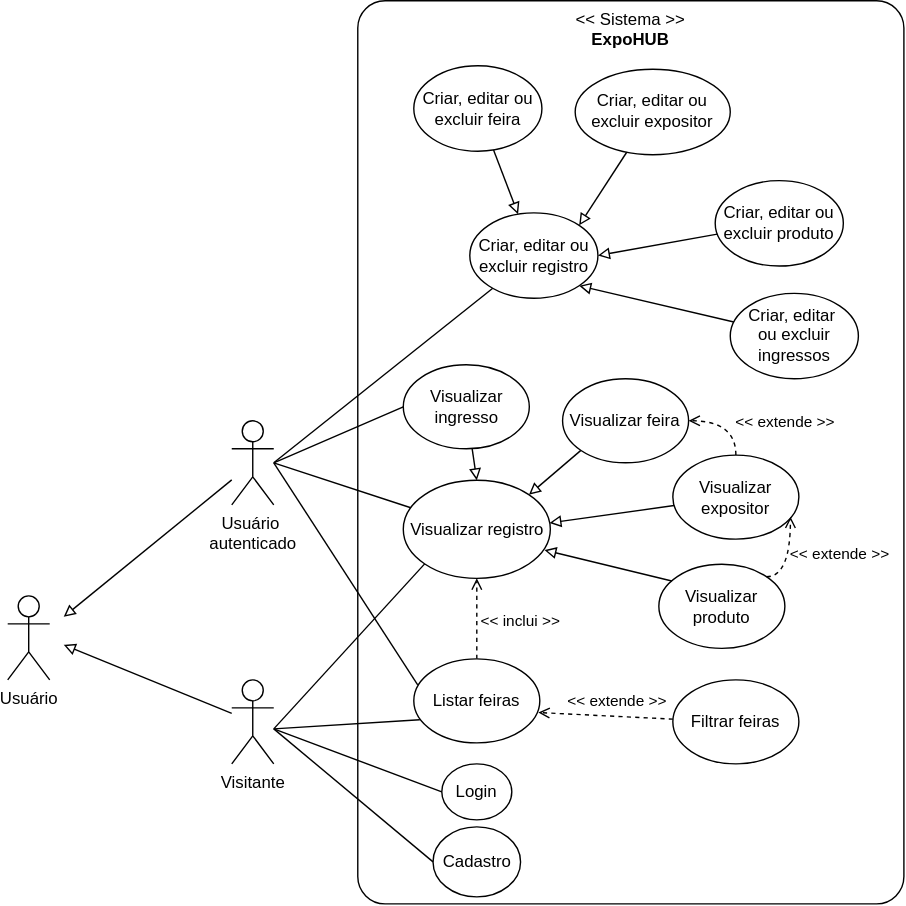
Above: docs/images/use_case_diagram.drawio.svg in gscolombo/YandeHUB (draw.io), before the change. Source tidied: cells renumbered, new cells last; positions are measured from the earlier drawing's top-left corner, leaving out a move shared by most shapes.
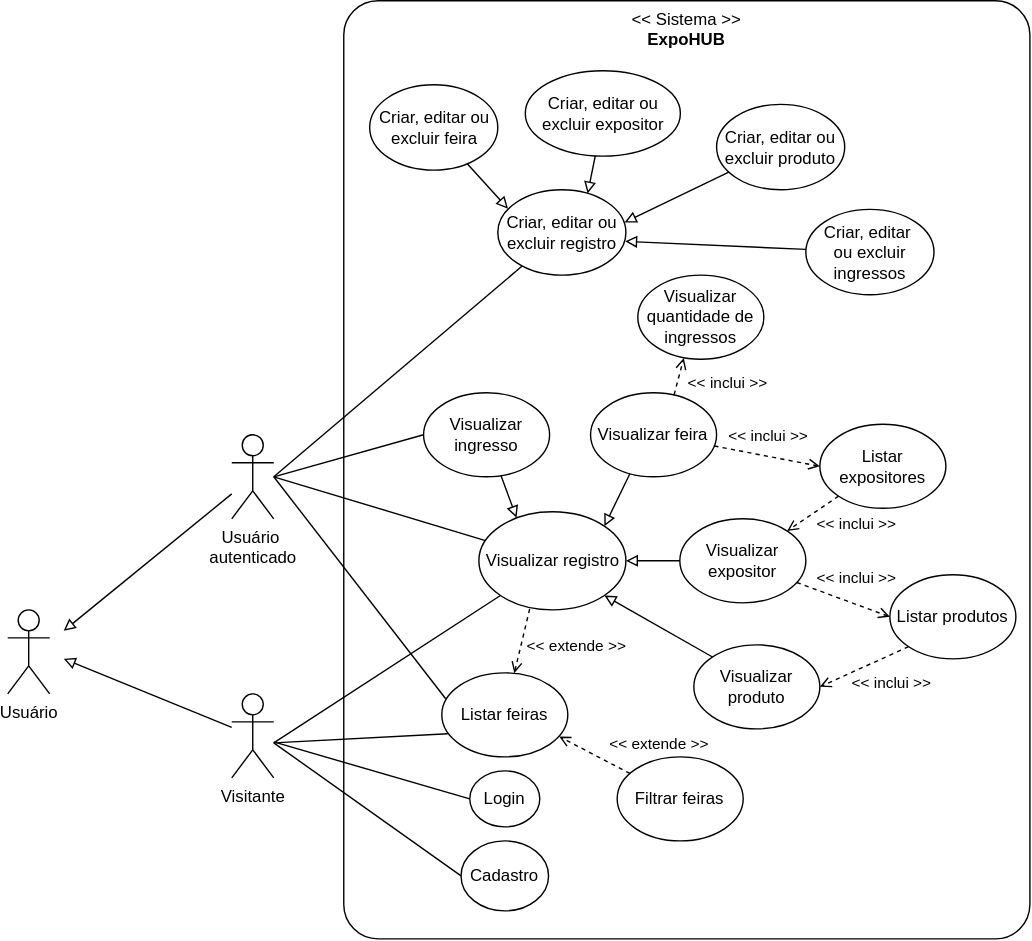
Later version of the same file.

Diff of the diagram source:
```diff
@@ -3,72 +3,70 @@
     <mxCell id="0" />
     <mxCell id="1" parent="0" />
     <mxCell id="2" value="&lt;div&gt;&amp;lt;&amp;lt; Sistema &amp;gt;&amp;gt;&lt;/div&gt;&lt;div&gt;&lt;b&gt;ExpoHUB&lt;/b&gt;&lt;/div&gt;" style="rounded=1;whiteSpace=wrap;html=1;labelPosition=center;verticalLabelPosition=middle;align=center;verticalAlign=top;arcSize=5;" parent="1" vertex="1">
-      <mxGeometry x="250" width="390" height="645" as="geometry" />
+      <mxGeometry x="220" y="-10" width="490" height="670" as="geometry" />
     </mxCell>
     <mxCell id="3" value="Login" style="ellipse;whiteSpace=wrap;html=1;" parent="1" vertex="1">
-      <mxGeometry x="310" y="545" width="50" height="40" as="geometry" />
+      <mxGeometry x="310" y="540" width="50" height="40" as="geometry" />
     </mxCell>
     <mxCell id="4" value="Cadastro" style="ellipse;whiteSpace=wrap;html=1;" parent="1" vertex="1">
       <mxGeometry x="303.8" y="590" width="62.5" height="50" as="geometry" />
     </mxCell>
     <mxCell id="5" value="Usuário" style="shape=umlActor;verticalLabelPosition=bottom;verticalAlign=top;html=1;" parent="1" vertex="1">
-      <mxGeometry y="425" width="30" height="60" as="geometry" />
+      <mxGeometry x="-20" y="425" width="30" height="60" as="geometry" />
     </mxCell>
-    <mxCell id="6" style="rounded=0;jettySize=auto;html=1;entryX=0;entryY=0.5;entryDx=0;entryDy=0;endArrow=none;startFill=0;" parent="1" edge="1" target="3">
-      <mxGeometry relative="1" as="geometry">
-        <mxPoint x="190" y="520" as="sourcePoint" />
-      </mxGeometry>
+    <mxCell id="6" style="rounded=0;jettySize=auto;html=1;entryX=0;entryY=0.5;entryDx=0;entryDy=0;endArrow=none;startFill=0;" parent="1" edge="1" source="10" target="3">
+      <mxGeometry relative="1" as="geometry" />
     </mxCell>
     <mxCell id="7" style="rounded=0;jettySize=auto;html=1;entryX=0;entryY=0.5;entryDx=0;entryDy=0;endArrow=none;startFill=0;" parent="1" edge="1" target="4">
       <mxGeometry relative="1" as="geometry">
-        <mxPoint x="190" y="520" as="sourcePoint" />
+        <mxPoint x="170" y="520" as="sourcePoint" />
       </mxGeometry>
     </mxCell>
-    <mxCell id="8" style="rounded=0;jettySize=auto;html=1;entryX=0;entryY=1;entryDx=0;entryDy=0;endArrow=none;startFill=0;" parent="1" edge="1" target="16">
-      <mxGeometry relative="1" as="geometry">
-        <mxPoint x="190" y="520" as="sourcePoint" />
-      </mxGeometry>
-    </mxCell>
     <mxCell id="9" style="rounded=0;jettySize=auto;html=1;endArrow=block;endFill=0;" parent="1" edge="1" source="10">
       <mxGeometry relative="1" as="geometry">
-        <mxPoint x="40" y="460" as="targetPoint" />
+        <mxPoint x="20" y="460" as="targetPoint" />
       </mxGeometry>
     </mxCell>
     <mxCell id="10" value="Visitante" style="shape=umlActor;verticalLabelPosition=bottom;verticalAlign=top;html=1;outlineConnect=0;" parent="1" vertex="1">
-      <mxGeometry x="160" y="485" width="30" height="60" as="geometry" />
+      <mxGeometry x="140" y="485" width="30" height="60" as="geometry" />
     </mxCell>
     <mxCell id="11" style="rounded=0;jettySize=auto;html=1;endArrow=block;endFill=0;" parent="1" edge="1" source="15">
       <mxGeometry relative="1" as="geometry">
-        <mxPoint x="40" y="440" as="targetPoint" />
+        <mxPoint x="20" y="440" as="targetPoint" />
       </mxGeometry>
     </mxCell>
     <mxCell id="12" style="rounded=0;jettySize=auto;html=1;endArrow=none;startFill=0;" parent="1" edge="1" target="21">
       <mxGeometry relative="1" as="geometry">
-        <mxPoint x="190" y="330" as="sourcePoint" />
+        <mxPoint x="170" y="330" as="sourcePoint" />
       </mxGeometry>
     </mxCell>
     <mxCell id="13" style="rounded=0;jettySize=auto;html=1;endArrow=none;startFill=0;" parent="1" edge="1" target="16">
       <mxGeometry relative="1" as="geometry">
-        <mxPoint x="190" y="330" as="sourcePoint" />
+        <mxPoint x="170" y="330" as="sourcePoint" />
       </mxGeometry>
     </mxCell>
-    <mxCell id="14" style="rounded=0;jettySize=auto;html=1;entryX=0;entryY=0.5;entryDx=0;entryDy=0;endArrow=none;startFill=0;" parent="1" edge="1" target="45">
-      <mxGeometry relative="1" as="geometry">
-        <mxPoint x="190" y="330" as="sourcePoint" />
-      </mxGeometry>
-    </mxCell>
+    <mxCell id="46" style="rounded=0;jettySize=auto;html=1;entryX=0;entryY=0.5;entryDx=0;entryDy=0;endArrow=none;startFill=0;" parent="1" edge="1" target="50">
+      <mxGeometry relative="1" as="geometry">
+        <mxPoint x="170" y="330" as="sourcePoint" />
+      </mxGeometry>
+    </mxCell>
     <mxCell id="15" value="&lt;div&gt;Usuário&amp;nbsp;&lt;/div&gt;&lt;div&gt;autenticado&lt;/div&gt;" style="shape=umlActor;verticalLabelPosition=bottom;verticalAlign=top;html=1;outlineConnect=0;" parent="1" vertex="1">
-      <mxGeometry x="160" y="300" width="30" height="60" as="geometry" />
+      <mxGeometry x="140" y="300" width="30" height="60" as="geometry" />
     </mxCell>
+    <mxCell id="47" style="rounded=0;jettySize=auto;html=1;exitX=0;exitY=1;exitDx=0;exitDy=0;endArrow=none;startFill=0;" parent="1" edge="1" source="16">
+      <mxGeometry relative="1" as="geometry">
+        <mxPoint x="170" y="520" as="targetPoint" />
+      </mxGeometry>
+    </mxCell>
     <mxCell id="16" value="Visualizar registro" style="ellipse;whiteSpace=wrap;html=1;" parent="1" vertex="1">
-      <mxGeometry x="282.5" y="342.5" width="105" height="70" as="geometry" />
+      <mxGeometry x="316.5" y="355" width="105" height="70" as="geometry" />
     </mxCell>
-    <mxCell id="17" style="edgeStyle=orthogonalEdgeStyle;rounded=0;jettySize=auto;html=1;entryX=0.5;entryY=1;entryDx=0;entryDy=0;dashed=1;endArrow=open;endFill=0;" parent="1" edge="1" source="19" target="16">
+    <mxCell id="17" style="rounded=0;jettySize=auto;html=1;entryX=0.347;entryY=0.982;entryDx=0;entryDy=0;dashed=1;endArrow=none;endFill=0;entryPerimeter=0;startFill=0;startArrow=open;" parent="1" edge="1" source="19" target="16">
       <mxGeometry relative="1" as="geometry" />
     </mxCell>
-    <mxCell id="18" value="&amp;lt;&amp;lt; inclui &amp;gt;&amp;gt;" style="edgeLabel;html=1;align=center;verticalAlign=middle;" parent="17" vertex="1">
+    <mxCell id="18" value="&amp;lt;&amp;lt; extende &amp;gt;&amp;gt;" style="edgeLabel;html=1;align=center;verticalAlign=middle;" parent="17" vertex="1">
       <mxGeometry x="-0.18" y="1" relative="1" as="geometry">
-        <mxPoint x="32" y="-4" as="offset" />
+        <mxPoint x="40" y="-1" as="offset" />
       </mxGeometry>
     </mxCell>
     <mxCell id="19" value="Listar feiras" style="ellipse;whiteSpace=wrap;html=1;" parent="1" vertex="1">
@@ -76,95 +74,124 @@
     </mxCell>
     <mxCell id="20" style="rounded=0;jettySize=auto;html=1;entryX=0.048;entryY=0.725;entryDx=0;entryDy=0;entryPerimeter=0;endArrow=none;startFill=0;" parent="1" edge="1" target="19">
       <mxGeometry relative="1" as="geometry">
-        <mxPoint x="190" y="520" as="sourcePoint" />
+        <mxPoint x="170" y="520" as="sourcePoint" />
       </mxGeometry>
     </mxCell>
     <mxCell id="21" value="Criar, editar ou excluir registro" style="ellipse;whiteSpace=wrap;html=1;" parent="1" vertex="1">
-      <mxGeometry x="330" y="151.5" width="91.5" height="61" as="geometry" />
+      <mxGeometry x="330" y="125" width="91.5" height="61" as="geometry" />
     </mxCell>
     <mxCell id="22" value="Criar, editar ou excluir feira" style="ellipse;whiteSpace=wrap;html=1;" parent="1" vertex="1">
-      <mxGeometry x="290" y="46.5" width="91.5" height="61" as="geometry" />
+      <mxGeometry x="238.5" y="50" width="91.5" height="61" as="geometry" />
     </mxCell>
     <mxCell id="23" value="&lt;div&gt;Criar, editar ou excluir expositor&lt;/div&gt;" style="ellipse;whiteSpace=wrap;html=1;" parent="1" vertex="1">
-      <mxGeometry x="405.2" y="49" width="110.8" height="61" as="geometry" />
+      <mxGeometry x="349.6" y="40" width="110.8" height="61" as="geometry" />
     </mxCell>
     <mxCell id="24" value="Criar, editar ou excluir produto" style="ellipse;whiteSpace=wrap;html=1;" parent="1" vertex="1">
-      <mxGeometry x="505.2" y="128.5" width="91.5" height="61" as="geometry" />
+      <mxGeometry x="486.2" y="64" width="91.5" height="61" as="geometry" />
     </mxCell>
-    <mxCell id="25" style="rounded=0;jettySize=auto;html=1;entryX=1;entryY=1;entryDx=0;entryDy=0;endArrow=block;endFill=0;" parent="1" edge="1" source="26" target="21">
+    <mxCell id="25" style="rounded=0;jettySize=auto;html=1;entryX=0.994;entryY=0.604;entryDx=0;entryDy=0;endArrow=block;endFill=0;entryPerimeter=0;" parent="1" edge="1" source="26" target="21">
       <mxGeometry relative="1" as="geometry" />
     </mxCell>
     <mxCell id="26" value="&lt;div&gt;Criar, editar&amp;nbsp;&lt;/div&gt;&lt;div&gt;ou excluir ingressos&lt;/div&gt;" style="ellipse;whiteSpace=wrap;html=1;" parent="1" vertex="1">
-      <mxGeometry x="516" y="209" width="91.5" height="61" as="geometry" />
+      <mxGeometry x="550" y="139" width="91.5" height="61" as="geometry" />
     </mxCell>
-    <mxCell id="27" style="rounded=0;jettySize=auto;html=1;endArrow=block;endFill=0;" parent="1" edge="1" source="22" target="21">
+    <mxCell id="27" style="rounded=0;jettySize=auto;html=1;endArrow=block;endFill=0;entryX=0.08;entryY=0.222;entryDx=0;entryDy=0;entryPerimeter=0;" parent="1" edge="1" source="22" target="21">
       <mxGeometry relative="1" as="geometry" />
     </mxCell>
-    <mxCell id="28" style="rounded=0;jettySize=auto;html=1;entryX=1;entryY=0;entryDx=0;entryDy=0;endArrow=block;endFill=0;" parent="1" edge="1" source="23" target="21">
+    <mxCell id="28" style="rounded=0;jettySize=auto;html=1;entryX=0.701;entryY=0.044;entryDx=0;entryDy=0;endArrow=block;endFill=0;entryPerimeter=0;" parent="1" edge="1" source="23" target="21">
       <mxGeometry relative="1" as="geometry" />
     </mxCell>
-    <mxCell id="29" style="rounded=0;jettySize=auto;html=1;entryX=1;entryY=0.5;entryDx=0;entryDy=0;endArrow=block;endFill=0;" parent="1" edge="1" source="24" target="21">
+    <mxCell id="29" style="rounded=0;jettySize=auto;html=1;entryX=0.99;entryY=0.382;entryDx=0;entryDy=0;endArrow=block;endFill=0;entryPerimeter=0;" parent="1" edge="1" source="24" target="21">
       <mxGeometry relative="1" as="geometry" />
     </mxCell>
     <mxCell id="30" style="rounded=0;jettySize=auto;html=1;entryX=0.031;entryY=0.309;entryDx=0;entryDy=0;entryPerimeter=0;endArrow=none;startFill=0;" parent="1" edge="1" target="19">
       <mxGeometry relative="1" as="geometry">
-        <mxPoint x="190" y="330" as="sourcePoint" />
+        <mxPoint x="170" y="330" as="sourcePoint" />
       </mxGeometry>
     </mxCell>
-    <mxCell id="31" style="rounded=0;jettySize=auto;html=1;entryX=1;entryY=0;entryDx=0;entryDy=0;exitX=0;exitY=1;exitDx=0;exitDy=0;endArrow=block;endFill=0;" parent="1" edge="1" source="32" target="16">
+    <mxCell id="31" style="rounded=0;jettySize=auto;html=1;entryX=1;entryY=0;entryDx=0;entryDy=0;exitX=0.314;exitY=0.958;exitDx=0;exitDy=0;endArrow=block;endFill=0;exitPerimeter=0;" parent="1" edge="1" source="32" target="16">
       <mxGeometry relative="1" as="geometry" />
     </mxCell>
+    <mxCell id="48" style="rounded=0;jettySize=auto;html=1;entryX=0;entryY=0.5;entryDx=0;entryDy=0;dashed=1;endArrow=open;endFill=0;" parent="1" edge="1" source="32" target="36">
+      <mxGeometry relative="1" as="geometry" />
+    </mxCell>
+    <mxCell id="49" value="&amp;lt;&amp;lt; inclui &amp;gt;&amp;gt;" style="edgeLabel;html=1;align=center;verticalAlign=middle;" parent="48" vertex="1">
+      <mxGeometry x="-0.02" y="1" relative="1" as="geometry">
+        <mxPoint y="-14" as="offset" />
+      </mxGeometry>
+    </mxCell>
     <mxCell id="32" value="Visualizar feira" style="ellipse;whiteSpace=wrap;html=1;" parent="1" vertex="1">
       <mxGeometry x="396.2" y="270" width="90" height="60" as="geometry" />
     </mxCell>
-    <mxCell id="33" value="Visualizar produto" style="ellipse;whiteSpace=wrap;html=1;" parent="1" vertex="1">
-      <mxGeometry x="465" y="402.5" width="90" height="60" as="geometry" />
+    <mxCell id="33" value="Visualizar expositor" style="ellipse;whiteSpace=wrap;html=1;" parent="1" vertex="1">
+      <mxGeometry x="460" y="360" width="90" height="60" as="geometry" />
     </mxCell>
-    <mxCell id="34" style="edgeStyle=orthogonalEdgeStyle;rounded=0;jettySize=auto;html=1;entryX=1;entryY=0.5;entryDx=0;entryDy=0;curved=1;dashed=1;endArrow=open;endFill=0;" parent="1" edge="1" source="36" target="32">
-      <mxGeometry relative="1" as="geometry" />
-    </mxCell>
-    <mxCell id="35" value="&amp;lt;&amp;lt; extende &amp;gt;&amp;gt;" style="edgeLabel;html=1;align=center;verticalAlign=middle;" parent="34" vertex="1">
-      <mxGeometry x="-0.41" y="4" relative="1" as="geometry">
-        <mxPoint x="39" y="-7" as="offset" />
-      </mxGeometry>
-    </mxCell>
-    <mxCell id="36" value="Visualizar expositor" style="ellipse;whiteSpace=wrap;html=1;" parent="1" vertex="1">
-      <mxGeometry x="475" y="324.5" width="90" height="60" as="geometry" />
+    <mxCell id="36" value="Listar expositores" style="ellipse;whiteSpace=wrap;html=1;" parent="1" vertex="1">
+      <mxGeometry x="560" y="292.5" width="90" height="60" as="geometry" />
     </mxCell>
-    <mxCell id="37" style="rounded=0;jettySize=auto;html=1;entryX=0.994;entryY=0.435;entryDx=0;entryDy=0;entryPerimeter=0;endArrow=block;endFill=0;" parent="1" edge="1" source="36" target="16">
-      <mxGeometry relative="1" as="geometry" />
-    </mxCell>
-    <mxCell id="38" style="rounded=0;jettySize=auto;html=1;entryX=0.96;entryY=0.712;entryDx=0;entryDy=0;entryPerimeter=0;exitX=0.103;exitY=0.198;exitDx=0;exitDy=0;exitPerimeter=0;endArrow=block;endFill=0;" parent="1" edge="1" source="33" target="16">
+    <mxCell id="38" style="rounded=0;jettySize=auto;html=1;entryX=1;entryY=0.5;entryDx=0;entryDy=0;exitX=0;exitY=0.5;exitDx=0;exitDy=0;endArrow=block;endFill=0;" parent="1" edge="1" source="33" target="16">
       <mxGeometry relative="1" as="geometry" />
     </mxCell>
-    <mxCell id="39" style="edgeStyle=orthogonalEdgeStyle;rounded=0;jettySize=auto;html=1;exitX=1;exitY=0;exitDx=0;exitDy=0;entryX=0.933;entryY=0.733;entryDx=0;entryDy=0;entryPerimeter=0;curved=1;dashed=1;endArrow=open;endFill=0;" parent="1" edge="1" source="33" target="36">
-      <mxGeometry relative="1" as="geometry">
-        <Array as="points">
-          <mxPoint x="559" y="411" />
-        </Array>
-      </mxGeometry>
-    </mxCell>
-    <mxCell id="40" value="&amp;lt;&amp;lt; extende &amp;gt;&amp;gt;" style="edgeLabel;html=1;align=center;verticalAlign=middle;" parent="39" vertex="1">
-      <mxGeometry x="0.05" y="2" relative="1" as="geometry">
-        <mxPoint x="37" y="-2" as="offset" />
-      </mxGeometry>
-    </mxCell>
     <mxCell id="41" value="Filtrar feiras" style="ellipse;whiteSpace=wrap;html=1;" parent="1" vertex="1">
-      <mxGeometry x="475" y="485" width="90" height="60" as="geometry" />
+      <mxGeometry x="415.2" y="530" width="90" height="60" as="geometry" />
     </mxCell>
-    <mxCell id="42" style="rounded=0;jettySize=auto;html=1;entryX=0.988;entryY=0.639;entryDx=0;entryDy=0;entryPerimeter=0;endArrow=open;endFill=0;dashed=1;" parent="1" edge="1" source="41" target="19">
+    <mxCell id="42" style="rounded=0;jettySize=auto;html=1;entryX=0.932;entryY=0.759;entryDx=0;entryDy=0;entryPerimeter=0;endArrow=open;endFill=0;dashed=1;" parent="1" edge="1" source="41" target="19">
       <mxGeometry relative="1" as="geometry" />
     </mxCell>
     <mxCell id="43" value="&amp;lt;&amp;lt; extende &amp;gt;&amp;gt;" style="edgeLabel;html=1;align=center;verticalAlign=middle;" parent="42" vertex="1">
       <mxGeometry x="-0.14" y="-1" relative="1" as="geometry">
-        <mxPoint x="1" y="-10" as="offset" />
+        <mxPoint x="41" y="-9" as="offset" />
       </mxGeometry>
     </mxCell>
-    <mxCell id="44" style="rounded=0;jettySize=auto;html=1;entryX=0.5;entryY=0;entryDx=0;entryDy=0;endArrow=block;endFill=0;" parent="1" edge="1" source="45" target="16">
-      <mxGeometry relative="1" as="geometry" />
-    </mxCell>
-    <mxCell id="45" value="Visualizar ingresso" style="ellipse;whiteSpace=wrap;html=1;" parent="1" vertex="1">
-      <mxGeometry x="282.5" y="260" width="90" height="60" as="geometry" />
+    <mxCell id="45" value="Visualizar quantidade de ingressos" style="ellipse;whiteSpace=wrap;html=1;" parent="1" vertex="1">
+      <mxGeometry x="430" y="186" width="90" height="60" as="geometry" />
     </mxCell>
+    <mxCell id="50" value="Visualizar ingresso" style="ellipse;whiteSpace=wrap;html=1;" parent="1" vertex="1">
+      <mxGeometry x="277" y="270" width="90" height="60" as="geometry" />
+    </mxCell>
+    <mxCell id="51" style="rounded=0;jettySize=auto;html=1;entryX=0.256;entryY=0.061;entryDx=0;entryDy=0;entryPerimeter=0;endArrow=block;endFill=0;" parent="1" edge="1" source="50" target="16">
+      <mxGeometry relative="1" as="geometry" />
+    </mxCell>
+    <mxCell id="52" style="rounded=0;jettySize=auto;html=1;exitX=0;exitY=1;exitDx=0;exitDy=0;entryX=1;entryY=0.5;entryDx=0;entryDy=0;dashed=1;endArrow=open;endFill=0;" parent="1" edge="1" source="54" target="58">
+      <mxGeometry relative="1" as="geometry" />
+    </mxCell>
+    <mxCell id="53" value="&amp;lt;&amp;lt; inclui &amp;gt;&amp;gt;" style="edgeLabel;html=1;align=center;verticalAlign=middle;" parent="52" vertex="1">
+      <mxGeometry x="0.03" relative="1" as="geometry">
+        <mxPoint x="20" y="11" as="offset" />
+      </mxGeometry>
+    </mxCell>
+    <mxCell id="54" value="Listar produtos" style="ellipse;whiteSpace=wrap;html=1;" parent="1" vertex="1">
+      <mxGeometry x="610" y="400" width="90" height="60" as="geometry" />
+    </mxCell>
+    <mxCell id="55" style="rounded=0;jettySize=auto;html=1;exitX=0;exitY=1;exitDx=0;exitDy=0;entryX=1;entryY=0;entryDx=0;entryDy=0;dashed=1;endArrow=open;endFill=0;" parent="1" edge="1" source="36" target="33">
+      <mxGeometry relative="1" as="geometry" />
+    </mxCell>
+    <mxCell id="56" value="&amp;lt;&amp;lt; inclui &amp;gt;&amp;gt;" style="edgeLabel;html=1;align=center;verticalAlign=middle;" parent="55" vertex="1">
+      <mxGeometry x="-0.16" relative="1" as="geometry">
+        <mxPoint x="27" y="10" as="offset" />
+      </mxGeometry>
+    </mxCell>
+    <mxCell id="57" style="rounded=0;jettySize=auto;html=1;exitX=0;exitY=0;exitDx=0;exitDy=0;entryX=1;entryY=1;entryDx=0;entryDy=0;endArrow=block;endFill=0;" parent="1" edge="1" source="58" target="16">
+      <mxGeometry relative="1" as="geometry" />
+    </mxCell>
+    <mxCell id="58" value="Visualizar produto" style="ellipse;whiteSpace=wrap;html=1;" parent="1" vertex="1">
+      <mxGeometry x="470" y="450" width="90" height="60" as="geometry" />
+    </mxCell>
+    <mxCell id="59" style="rounded=0;jettySize=auto;html=1;exitX=0.928;exitY=0.758;exitDx=0;exitDy=0;entryX=0;entryY=0.5;entryDx=0;entryDy=0;exitPerimeter=0;dashed=1;endArrow=open;endFill=0;" parent="1" edge="1" source="33" target="54">
+      <mxGeometry relative="1" as="geometry" />
+    </mxCell>
+    <mxCell id="60" value="&amp;lt;&amp;lt; inclui &amp;gt;&amp;gt;" style="edgeLabel;html=1;align=center;verticalAlign=middle;" parent="59" vertex="1">
+      <mxGeometry x="-0.23" y="1" relative="1" as="geometry">
+        <mxPoint x="16" y="-12" as="offset" />
+      </mxGeometry>
+    </mxCell>
+    <mxCell id="61" style="rounded=0;jettySize=auto;html=1;entryX=0.365;entryY=0.985;entryDx=0;entryDy=0;entryPerimeter=0;exitX=0.663;exitY=0.023;exitDx=0;exitDy=0;exitPerimeter=0;dashed=1;endArrow=open;endFill=0;" parent="1" edge="1" source="32" target="45">
+      <mxGeometry relative="1" as="geometry" />
+    </mxCell>
+    <mxCell id="62" value="&amp;lt;&amp;lt; inclui &amp;gt;&amp;gt;" style="edgeLabel;html=1;align=center;verticalAlign=middle;" parent="61" vertex="1">
+      <mxGeometry x="-0.06" y="-1" relative="1" as="geometry">
+        <mxPoint x="33" y="3" as="offset" />
+      </mxGeometry>
+    </mxCell>
   </root>
 </mxGraphModel>
```
